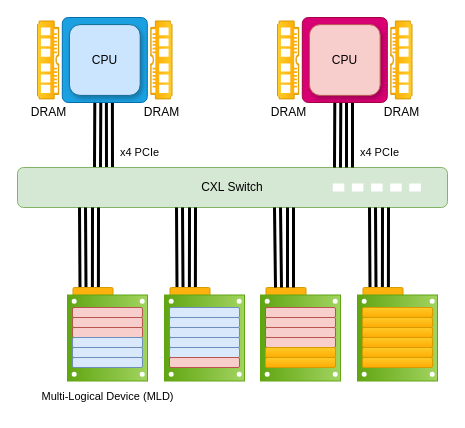
The draw.io diagram CXL Direct Attach MLD No Switch.drawio in kamilkhan52/cxl_diagrams, before the edit. Source tidied: cells renumbered, new cells numbered last; positions are measured from the earlier drawing's top-left corner, leaving out a move shared by most shapes. Both pictures are drawn from the tidied source at 100%, with x=0, y=0 at pixel (17, 17).
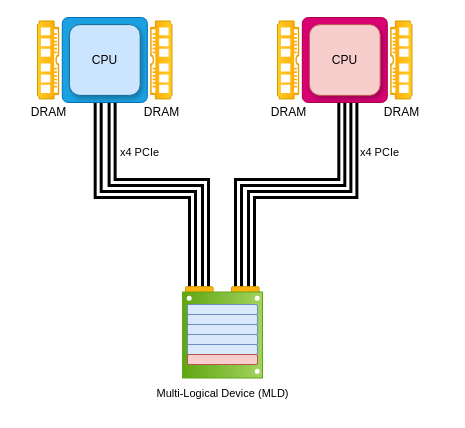
The same page after the edit.

The change refers to these unchanged cells:
```xml
<mxCell id="75" style="rounded=1;whiteSpace=wrap;html=1;arcSize=7;fillColor=#1ba1e2;strokeColor=#006EAF;fontColor=#ffffff;" parent="74" vertex="1">
  <mxGeometry width="85" height="85" as="geometry" />
</mxCell>
<mxCell id="84" style="rounded=1;whiteSpace=wrap;html=1;arcSize=7;fillColor=#d80073;strokeColor=#A50040;fontColor=#ffffff;" parent="83" vertex="1">
  <mxGeometry width="85" height="85" as="geometry" />
</mxCell>
```

Diff of the diagram source:
```diff
@@
-    <mxCell id="2" value="x4 PCIe" style="text;html=1;align=center;verticalAlign=middle;strokeColor=none;fillColor=none;fontFamily=Helvetica;fontSize=11;fontColor=default;labelBackgroundColor=default;" parent="1" vertex="1">
-      <mxGeometry x="92" y="120" width="60" height="30" as="geometry" />
-    </mxCell>
-    <mxCell id="3" style="shape=link;html=1;rounded=0;entryX=0.411;entryY=0.991;entryDx=0;entryDy=0;entryPerimeter=0;strokeWidth=3;elbow=vertical;width=4;arcSize=20;" parent="1" edge="1">
-      <mxGeometry relative="1" as="geometry">
-        <mxPoint x="92" y="150" as="sourcePoint" />
-        <mxPoint x="91.9" y="85" as="targetPoint" />
-      </mxGeometry>
-    </mxCell>
-    <mxCell id="4" style="shape=link;html=1;rounded=0;entryX=0.411;entryY=0.991;entryDx=0;entryDy=0;entryPerimeter=0;strokeWidth=3;elbow=vertical;width=4;arcSize=20;" parent="1" edge="1">
-      <mxGeometry relative="1" as="geometry">
-        <mxPoint x="80" y="150" as="sourcePoint" />
-        <mxPoint x="80.3" y="85" as="targetPoint" />
-      </mxGeometry>
-    </mxCell>
-    <mxCell id="5" style="group;" parent="1" vertex="1">
-      <mxGeometry y="150" width="430" height="40" as="geometry" />
-    </mxCell>
-    <mxCell id="6" value="CXL Switch" style="rounded=1;whiteSpace=wrap;html=1;fillColor=#d5e8d4;strokeColor=#82b366;" parent="5" vertex="1">
-      <mxGeometry width="430" height="40" as="geometry" />
-    </mxCell>
-    <mxCell id="7" style="rounded=0;whiteSpace=wrap;html=1;strokeColor=none;" parent="5" vertex="1">
-      <mxGeometry x="315.3" y="16" width="11.5" height="8" as="geometry" />
-    </mxCell>
-    <mxCell id="8" style="rounded=0;whiteSpace=wrap;html=1;strokeColor=none;" parent="5" vertex="1">
-      <mxGeometry x="334.4" y="16" width="11.5" height="8" as="geometry" />
-    </mxCell>
-    <mxCell id="9" style="rounded=0;whiteSpace=wrap;html=1;strokeColor=none;" parent="5" vertex="1">
-      <mxGeometry x="353.6" y="16" width="11.5" height="8" as="geometry" />
-    </mxCell>
-    <mxCell id="10" style="rounded=0;whiteSpace=wrap;html=1;strokeColor=none;" parent="5" vertex="1">
-      <mxGeometry x="372.7" y="16" width="11.5" height="8" as="geometry" />
-    </mxCell>
-    <mxCell id="11" style="rounded=0;whiteSpace=wrap;html=1;strokeColor=none;" parent="5" vertex="1">
-      <mxGeometry x="391.8" y="16" width="11.5" height="8" as="geometry" />
-    </mxCell>
-    <mxCell id="12" style="group;" parent="1" vertex="1">
-      <mxGeometry x="243" y="270" width="80" height="93.5" as="geometry" />
-    </mxCell>
-    <mxCell id="13" style="rounded=1;whiteSpace=wrap;html=1;direction=south;fillColor=#ffb20d;arcSize=7;strokeColor=#d79b00;rotation=90;" parent="12" vertex="1">
-      <mxGeometry x="15.7" y="-10.2" width="19.6" height="40" as="geometry" />
-    </mxCell>
-    <mxCell id="14" style="rounded=0;whiteSpace=wrap;html=1;strokeWidth=1;fillColor=#a2d460;strokeColor=#60a512;fontSize=10;gradientColor=#60a512;rotation=90;" parent="12" vertex="1">
-      <mxGeometry x="-3" y="10.5" width="86" height="80" as="geometry" />
-    </mxCell>
-    <mxCell id="15" style="ellipse;whiteSpace=wrap;html=1;strokeWidth=3;shadow=0;strokeColor=#ffffff;rotation=90;" parent="12" vertex="1">
-      <mxGeometry x="73.7" y="12.8" width="2" height="2" as="geometry" />
-    </mxCell>
-    <mxCell id="16" style="ellipse;whiteSpace=wrap;html=1;strokeWidth=3;shadow=0;strokeColor=#ffffff;rotation=90;" parent="12" vertex="1">
-      <mxGeometry x="73.7" y="85.8" width="2" height="2" as="geometry" />
-    </mxCell>
-    <mxCell id="17" style="ellipse;whiteSpace=wrap;html=1;strokeWidth=3;shadow=0;strokeColor=#ffffff;rotation=90;" parent="12" vertex="1">
-      <mxGeometry x="5.7" y="12.8" width="2" height="2" as="geometry" />
-    </mxCell>
-    <mxCell id="18" style="ellipse;whiteSpace=wrap;html=1;strokeWidth=3;shadow=0;strokeColor=#ffffff;rotation=90;" parent="12" vertex="1">
-      <mxGeometry x="5.7" y="85.8" width="2" height="2" as="geometry" />
-    </mxCell>
-    <mxCell id="19" style="rounded=1;whiteSpace=wrap;html=1;fillColor=#f8cecc;strokeColor=#b85450;" parent="12" vertex="1">
-      <mxGeometry x="5" y="20" width="70" height="10" as="geometry" />
-    </mxCell>
-    <mxCell id="20" style="rounded=1;whiteSpace=wrap;html=1;fillColor=#f8cecc;strokeColor=#b85450;" parent="12" vertex="1">
-      <mxGeometry x="5" y="30" width="70" height="10" as="geometry" />
-    </mxCell>
-    <mxCell id="21" style="rounded=1;whiteSpace=wrap;html=1;fillColor=#f8cecc;strokeColor=#b85450;" parent="12" vertex="1">
-      <mxGeometry x="5" y="40" width="70" height="10" as="geometry" />
-    </mxCell>
-    <mxCell id="22" style="rounded=1;whiteSpace=wrap;html=1;fillColor=#f8cecc;strokeColor=#b85450;" parent="12" vertex="1">
-      <mxGeometry x="5" y="50" width="70" height="10" as="geometry" />
-    </mxCell>
-    <mxCell id="23" style="rounded=1;whiteSpace=wrap;html=1;gradientColor=#ffaa05;fillColor=#ffcb26;strokeColor=#d79b00;" parent="12" vertex="1">
-      <mxGeometry x="5" y="60" width="70" height="10" as="geometry" />
-    </mxCell>
-    <mxCell id="24" style="rounded=1;whiteSpace=wrap;html=1;gradientColor=#ffaa05;fillColor=#ffcb26;strokeColor=#d79b00;" parent="12" vertex="1">
-      <mxGeometry x="5" y="70" width="70" height="10" as="geometry" />
-    </mxCell>
-    <mxCell id="25" style="shape=link;html=1;rounded=0;entryX=0.416;entryY=0.996;entryDx=0;entryDy=0;entryPerimeter=0;strokeWidth=3;elbow=vertical;width=4;arcSize=20;exitX=0.44;exitY=1.025;exitDx=0;exitDy=0;exitPerimeter=0;" parent="1" edge="1" source="28">
-      <mxGeometry relative="1" as="geometry">
-        <mxPoint x="368" y="190" as="targetPoint" />
-      </mxGeometry>
-    </mxCell>
-    <mxCell id="26" style="shape=link;html=1;rounded=0;entryX=0.373;entryY=0.998;entryDx=0;entryDy=0;entryPerimeter=0;strokeWidth=3;elbow=vertical;width=4;arcSize=20;exitX=0.75;exitY=1;exitDx=0;exitDy=0;" parent="1" edge="1" source="28">
-      <mxGeometry relative="1" as="geometry">
-        <mxPoint x="355" y="190" as="targetPoint" />
-      </mxGeometry>
-    </mxCell>
-    <mxCell id="27" style="group;" parent="1" vertex="1">
-      <mxGeometry x="340" y="270" width="80" height="93.5" as="geometry" />
-    </mxCell>
-    <mxCell id="28" style="rounded=1;whiteSpace=wrap;html=1;direction=south;fillColor=#ffb20d;arcSize=7;strokeColor=#d79b00;rotation=90;" parent="27" vertex="1">
-      <mxGeometry x="15.7" y="-10.2" width="19.6" height="40" as="geometry" />
-    </mxCell>
-    <mxCell id="29" style="rounded=0;whiteSpace=wrap;html=1;strokeWidth=1;fillColor=#a2d460;strokeColor=#60a512;fontSize=10;gradientColor=#60a512;rotation=90;" parent="27" vertex="1">
-      <mxGeometry x="-3" y="10.5" width="86" height="80" as="geometry" />
-    </mxCell>
-    <mxCell id="30" style="ellipse;whiteSpace=wrap;html=1;strokeWidth=3;shadow=0;strokeColor=#ffffff;rotation=90;" parent="27" vertex="1">
-      <mxGeometry x="73.7" y="12.8" width="2" height="2" as="geometry" />
-    </mxCell>
-    <mxCell id="31" style="ellipse;whiteSpace=wrap;html=1;strokeWidth=3;shadow=0;strokeColor=#ffffff;rotation=90;" parent="27" vertex="1">
-      <mxGeometry x="73.7" y="85.8" width="2" height="2" as="geometry" />
-    </mxCell>
-    <mxCell id="32" style="ellipse;whiteSpace=wrap;html=1;strokeWidth=3;shadow=0;strokeColor=#ffffff;rotation=90;" parent="27" vertex="1">
-      <mxGeometry x="5.7" y="12.8" width="2" height="2" as="geometry" />
-    </mxCell>
-    <mxCell id="33" style="ellipse;whiteSpace=wrap;html=1;strokeWidth=3;shadow=0;strokeColor=#ffffff;rotation=90;" parent="27" vertex="1">
-      <mxGeometry x="5.7" y="85.8" width="2" height="2" as="geometry" />
-    </mxCell>
-    <mxCell id="34" style="rounded=1;whiteSpace=wrap;html=1;gradientColor=#ffaa05;fillColor=#ffcb26;strokeColor=#d79b00;" parent="27" vertex="1">
-      <mxGeometry x="5" y="20" width="70" height="10" as="geometry" />
-    </mxCell>
-    <mxCell id="35" style="rounded=1;whiteSpace=wrap;html=1;gradientColor=#ffaa05;fillColor=#ffcb26;strokeColor=#d79b00;" parent="27" vertex="1">
-      <mxGeometry x="5" y="30" width="70" height="10" as="geometry" />
-    </mxCell>
-    <mxCell id="36" style="rounded=1;whiteSpace=wrap;html=1;gradientColor=#ffaa05;fillColor=#ffcb26;strokeColor=#d79b00;" parent="27" vertex="1">
-      <mxGeometry x="5" y="40" width="70" height="10" as="geometry" />
-    </mxCell>
-    <mxCell id="37" style="rounded=1;whiteSpace=wrap;html=1;gradientColor=#ffaa05;fillColor=#ffcb26;strokeColor=#d79b00;" parent="27" vertex="1">
-      <mxGeometry x="5" y="50" width="70" height="10" as="geometry" />
-    </mxCell>
-    <mxCell id="38" style="rounded=1;whiteSpace=wrap;html=1;gradientColor=#ffaa05;fillColor=#ffcb26;strokeColor=#d79b00;" parent="27" vertex="1">
-      <mxGeometry x="5" y="60" width="70" height="10" as="geometry" />
-    </mxCell>
-    <mxCell id="39" style="rounded=1;whiteSpace=wrap;html=1;gradientColor=#ffaa05;fillColor=#ffcb26;strokeColor=#d79b00;" parent="27" vertex="1">
-      <mxGeometry x="5" y="70" width="70" height="10" as="geometry" />
-    </mxCell>
-    <mxCell id="40" style="shape=link;html=1;rounded=0;entryX=0.416;entryY=0.996;entryDx=0;entryDy=0;entryPerimeter=0;strokeWidth=3;elbow=vertical;width=4;arcSize=20;exitX=0.44;exitY=1.025;exitDx=0;exitDy=0;exitPerimeter=0;" parent="1" edge="1" source="43">
-      <mxGeometry relative="1" as="geometry">
-        <mxPoint x="78" y="190" as="targetPoint" />
-      </mxGeometry>
-    </mxCell>
-    <mxCell id="41" style="shape=link;html=1;rounded=0;entryX=0.373;entryY=0.998;entryDx=0;entryDy=0;entryPerimeter=0;strokeWidth=3;elbow=vertical;width=4;arcSize=20;exitX=0.75;exitY=1;exitDx=0;exitDy=0;" parent="1" edge="1" source="43">
-      <mxGeometry relative="1" as="geometry">
-        <mxPoint x="65" y="190" as="targetPoint" />
-      </mxGeometry>
-    </mxCell>
-    <mxCell id="42" style="group;" parent="1" vertex="1">
-      <mxGeometry x="50" y="270" width="80" height="93.5" as="geometry" />
-    </mxCell>
-    <mxCell id="43" style="rounded=1;whiteSpace=wrap;html=1;direction=south;fillColor=#ffb20d;arcSize=7;strokeColor=#d79b00;rotation=90;" parent="42" vertex="1">
-      <mxGeometry x="15.7" y="-10.2" width="19.6" height="40" as="geometry" />
-    </mxCell>
-    <mxCell id="44" style="rounded=0;whiteSpace=wrap;html=1;strokeWidth=1;fillColor=#a2d460;strokeColor=#60a512;fontSize=10;gradientColor=#60a512;rotation=90;" parent="42" vertex="1">
-      <mxGeometry x="-3" y="10.5" width="86" height="80" as="geometry" />
-    </mxCell>
-    <mxCell id="45" style="ellipse;whiteSpace=wrap;html=1;strokeWidth=3;shadow=0;strokeColor=#ffffff;rotation=90;" parent="42" vertex="1">
-      <mxGeometry x="73.7" y="12.8" width="2" height="2" as="geometry" />
-    </mxCell>
-    <mxCell id="46" style="ellipse;whiteSpace=wrap;html=1;strokeWidth=3;shadow=0;strokeColor=#ffffff;rotation=90;" parent="42" vertex="1">
-      <mxGeometry x="73.7" y="85.8" width="2" height="2" as="geometry" />
-    </mxCell>
-    <mxCell id="47" style="ellipse;whiteSpace=wrap;html=1;strokeWidth=3;shadow=0;strokeColor=#ffffff;rotation=90;" parent="42" vertex="1">
-      <mxGeometry x="5.7" y="12.8" width="2" height="2" as="geometry" />
-    </mxCell>
-    <mxCell id="48" style="ellipse;whiteSpace=wrap;html=1;strokeWidth=3;shadow=0;strokeColor=#ffffff;rotation=90;" parent="42" vertex="1">
-      <mxGeometry x="5.7" y="85.8" width="2" height="2" as="geometry" />
-    </mxCell>
-    <mxCell id="49" style="rounded=1;whiteSpace=wrap;html=1;fillColor=#f8cecc;strokeColor=#b85450;" parent="42" vertex="1">
-      <mxGeometry x="5" y="20" width="70" height="10" as="geometry" />
-    </mxCell>
-    <mxCell id="50" style="rounded=1;whiteSpace=wrap;html=1;fillColor=#f8cecc;strokeColor=#b85450;" parent="42" vertex="1">
-      <mxGeometry x="5" y="30" width="70" height="10" as="geometry" />
-    </mxCell>
-    <mxCell id="51" style="rounded=1;whiteSpace=wrap;html=1;fillColor=#f8cecc;strokeColor=#b85450;" parent="42" vertex="1">
-      <mxGeometry x="5" y="40" width="70" height="10" as="geometry" />
-    </mxCell>
-    <mxCell id="52" style="rounded=1;whiteSpace=wrap;html=1;fillColor=#dae8fc;strokeColor=#6c8ebf;" parent="42" vertex="1">
-      <mxGeometry x="5" y="50" width="70" height="10" as="geometry" />
-    </mxCell>
-    <mxCell id="53" style="rounded=1;whiteSpace=wrap;html=1;fillColor=#dae8fc;strokeColor=#6c8ebf;" parent="42" vertex="1">
-      <mxGeometry x="5" y="60" width="70" height="10" as="geometry" />
-    </mxCell>
-    <mxCell id="54" style="rounded=1;whiteSpace=wrap;html=1;fillColor=#dae8fc;strokeColor=#6c8ebf;" parent="42" vertex="1">
-      <mxGeometry x="5" y="70" width="70" height="10" as="geometry" />
-    </mxCell>
-    <mxCell id="55" value="Multi-Logical Device (MLD)" style="text;html=1;align=center;verticalAlign=middle;strokeColor=none;fillColor=none;fontFamily=Helvetica;fontSize=11;fontColor=default;labelBackgroundColor=default;" parent="1" vertex="1">
-      <mxGeometry x="10" y="363.5" width="160" height="30" as="geometry" />
-    </mxCell>
-    <mxCell id="56" style="shape=link;html=1;rounded=0;entryX=0.416;entryY=0.996;entryDx=0;entryDy=0;entryPerimeter=0;strokeWidth=3;elbow=vertical;width=4;arcSize=20;exitX=0.44;exitY=1.025;exitDx=0;exitDy=0;exitPerimeter=0;" parent="1" edge="1" source="59">
+    <mxCell id="56" style="shape=link;html=1;rounded=0;entryX=0.586;entryY=0.976;entryDx=0;entryDy=0;entryPerimeter=0;strokeWidth=3;elbow=vertical;width=4;arcSize=20;edgeStyle=elbowEdgeStyle;" parent="1" edge="1" target="75">
       <mxGeometry relative="1" as="geometry">
-        <mxPoint x="175" y="190" as="targetPoint" />
+        <mxPoint x="188" y="270" as="sourcePoint" />
+        <Array as="points">
+          <mxPoint x="141" y="165" />
+        </Array>
       </mxGeometry>
     </mxCell>
-    <mxCell id="57" style="shape=link;html=1;rounded=0;entryX=0.373;entryY=0.998;entryDx=0;entryDy=0;entryPerimeter=0;strokeWidth=3;elbow=vertical;width=4;arcSize=20;exitX=0.75;exitY=1;exitDx=0;exitDy=0;" parent="1" edge="1" source="59">
+    <mxCell id="57" style="shape=link;html=1;rounded=0;entryX=0.422;entryY=0.996;entryDx=0;entryDy=0;entryPerimeter=0;strokeWidth=3;elbow=vertical;width=4;arcSize=20;edgeStyle=elbowEdgeStyle;" parent="1" edge="1" target="75">
       <mxGeometry relative="1" as="geometry">
-        <mxPoint x="162" y="190" as="targetPoint" />
+        <mxPoint x="175" y="270" as="sourcePoint" />
       </mxGeometry>
     </mxCell>
+    <mxCell id="59" style="rounded=1;whiteSpace=wrap;html=1;direction=south;fillColor=#ffb20d;arcSize=7;strokeColor=#d79b00;rotation=90;" parent="1" vertex="1">
+      <mxGeometry x="172" y="265.1" width="19.6" height="27.7" as="geometry" />
+    </mxCell>
+    <mxCell id="2" value="x4 PCIe" style="text;html=1;align=center;verticalAlign=middle;strokeColor=none;fillColor=none;fontFamily=Helvetica;fontSize=11;fontColor=default;labelBackgroundColor=default;" parent="1" vertex="1">
+      <mxGeometry x="92" y="120" width="60" height="30" as="geometry" />
+    </mxCell>
+    <mxCell id="55" value="Multi-Logical Device (MLD)" style="text;html=1;align=center;verticalAlign=middle;strokeColor=none;fillColor=none;fontFamily=Helvetica;fontSize=11;fontColor=default;labelBackgroundColor=default;" parent="1" vertex="1">
+      <mxGeometry x="125" y="360.5" width="160" height="30" as="geometry" />
+    </mxCell>
     <mxCell id="58" style="group;" parent="1" vertex="1">
-      <mxGeometry x="147" y="270" width="80" height="93.5" as="geometry" />
+      <mxGeometry x="165" y="267" width="80" height="93.5" as="geometry" />
     </mxCell>
-    <mxCell id="59" style="rounded=1;whiteSpace=wrap;html=1;direction=south;fillColor=#ffb20d;arcSize=7;strokeColor=#d79b00;rotation=90;" parent="58" vertex="1">
-      <mxGeometry x="15.7" y="-10.2" width="19.6" height="40" as="geometry" />
-    </mxCell>
+    <mxCell id="88" style="shape=link;html=1;rounded=0;entryX=0.607;entryY=0.994;entryDx=0;entryDy=0;entryPerimeter=0;strokeWidth=3;elbow=vertical;width=4;arcSize=20;edgeStyle=elbowEdgeStyle;" parent="58" edge="1" target="84">
+      <mxGeometry relative="1" as="geometry">
+        <mxPoint x="69" y="3" as="sourcePoint" />
+      </mxGeometry>
+    </mxCell>
+    <mxCell id="89" style="shape=link;html=1;rounded=0;entryX=0.465;entryY=0.999;entryDx=0;entryDy=0;entryPerimeter=0;strokeWidth=3;elbow=vertical;width=4;arcSize=20;edgeStyle=elbowEdgeStyle;" parent="58" edge="1" target="84">
+      <mxGeometry relative="1" as="geometry">
+        <mxPoint x="56" y="3" as="sourcePoint" />
+        <Array as="points">
+          <mxPoint x="107" y="-102" />
+        </Array>
+      </mxGeometry>
+    </mxCell>
+    <mxCell id="90" style="rounded=1;whiteSpace=wrap;html=1;direction=south;fillColor=#ffb20d;arcSize=7;strokeColor=#d79b00;rotation=90;" parent="58" vertex="1">
+      <mxGeometry x="53" y="-1.9" width="19.6" height="27.7" as="geometry" />
+    </mxCell>
@@
     <mxCell id="64" style="ellipse;whiteSpace=wrap;html=1;strokeWidth=3;shadow=0;strokeColor=#ffffff;rotation=90;" parent="58" vertex="1">
-      <mxGeometry x="5.7" y="85.8" width="2" height="2" as="geometry" />
+      <mxGeometry x="102.7" y="93.5" width="2" height="2" as="geometry" />
     </mxCell>
@@
-    <mxCell id="71" style="shape=link;html=1;rounded=0;entryX=0.416;entryY=0.996;entryDx=0;entryDy=0;entryPerimeter=0;strokeWidth=3;elbow=vertical;width=4;arcSize=20;exitX=0.44;exitY=1.025;exitDx=0;exitDy=0;exitPerimeter=0;" parent="1" edge="1">
-      <mxGeometry relative="1" as="geometry">
-        <mxPoint x="273" y="270" as="sourcePoint" />
-        <mxPoint x="273" y="190" as="targetPoint" />
-      </mxGeometry>
-    </mxCell>
-    <mxCell id="72" style="shape=link;html=1;rounded=0;entryX=0.373;entryY=0.998;entryDx=0;entryDy=0;entryPerimeter=0;strokeWidth=3;elbow=vertical;width=4;arcSize=20;exitX=0.75;exitY=1;exitDx=0;exitDy=0;" parent="1" edge="1">
-      <mxGeometry relative="1" as="geometry">
-        <mxPoint x="261" y="270" as="sourcePoint" />
-        <mxPoint x="260" y="190" as="targetPoint" />
-      </mxGeometry>
-    </mxCell>
@@
-    <mxCell id="80" style="shape=link;html=1;rounded=0;entryX=0.411;entryY=0.991;entryDx=0;entryDy=0;entryPerimeter=0;strokeWidth=3;elbow=vertical;width=4;arcSize=20;" parent="1" edge="1">
-      <mxGeometry relative="1" as="geometry">
-        <mxPoint x="332" y="150" as="sourcePoint" />
-        <mxPoint x="332" y="85" as="targetPoint" />
-      </mxGeometry>
-    </mxCell>
-    <mxCell id="81" style="shape=link;html=1;rounded=0;entryX=0.411;entryY=0.991;entryDx=0;entryDy=0;entryPerimeter=0;strokeWidth=3;elbow=vertical;width=4;arcSize=20;" parent="1" edge="1">
-      <mxGeometry relative="1" as="geometry">
-        <mxPoint x="320" y="150" as="sourcePoint" />
-        <mxPoint x="320.3" y="85" as="targetPoint" />
-      </mxGeometry>
-    </mxCell>
```
